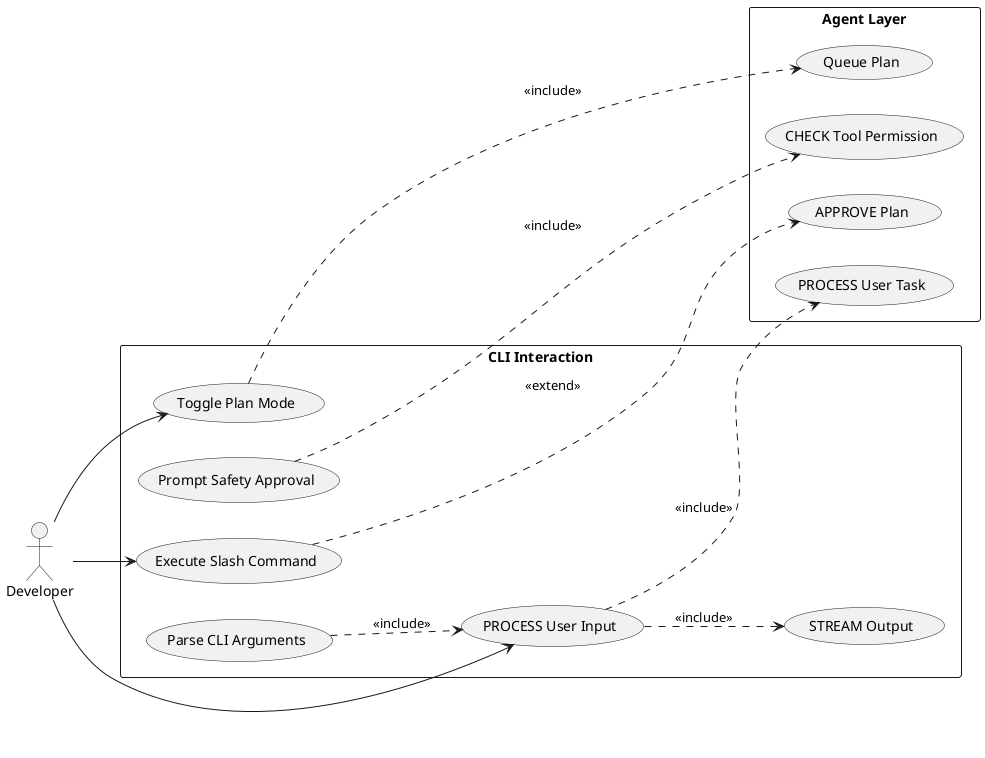
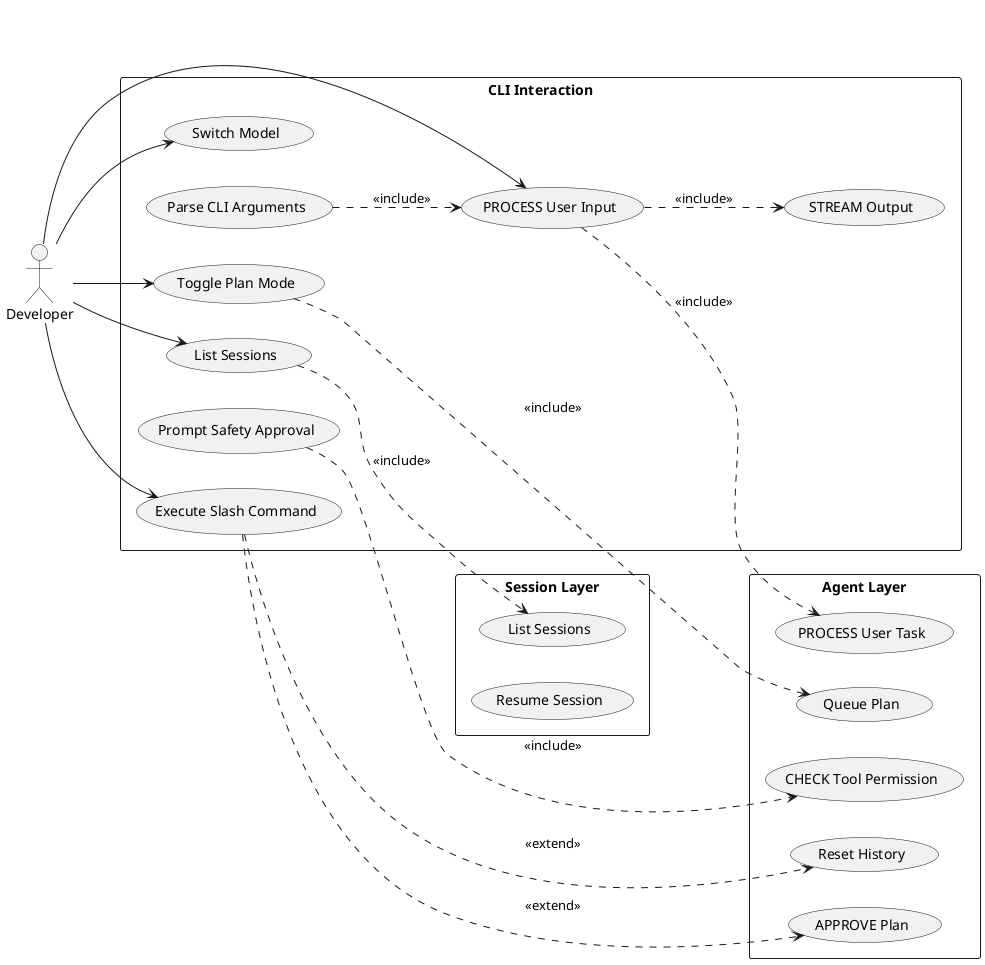
@startuml uc_cli
' ============================================================
' Title:     nasim — UC: CLI Interaction
- ' Boundary:  nasim code agent CLI
+ ' Boundary:  nasim code agent CLI + HTTP API
' Purpose:   User interactions with the CLI layer
' Milestone: v1.0
- ' Version:   2.0.0
- ' Source:    docs/audit/audit_2026-06-20_capability-and-architecture.md
+ ' Version:   3.0.0
+ ' Source:    docs/audit/nasim-car-improvement-plan.md
' Review:    —
' ============================================================

left to right direction
skinparam packageStyle rectangle

actor "Developer" as user

rectangle "CLI Interaction" {
    usecase "PROCESS User Input" as UC_CLI_01
    usecase "Execute Slash Command" as UC_CLI_02
    usecase "STREAM Output" as UC_CLI_03
    usecase "Parse CLI Arguments" as UC_CLI_04
    usecase "Toggle Plan Mode" as UC_CLI_05
    usecase "Prompt Safety Approval" as UC_CLI_06
+     usecase "Switch Model" as UC_CLI_07
+     usecase "List Sessions" as UC_CLI_08
}

rectangle "Agent Layer" {
    usecase "PROCESS User Task" as UC_AGT_01
    usecase "Queue Plan" as UC_AGT_07
    usecase "APPROVE Plan" as UC_AGT_08
    usecase "CHECK Tool Permission" as UC_AGT_05
+     usecase "Reset History" as UC_AGT_04
+ }
+ 
+ rectangle "Session Layer" {
+     usecase "List Sessions" as UC_SSN_03
+     usecase "Resume Session" as UC_SSN_04
}

user --> UC_CLI_01
user --> UC_CLI_02
user --> UC_CLI_05
+ user --> UC_CLI_07
+ user --> UC_CLI_08
UC_CLI_01 ..> UC_CLI_03 : <<include>>
UC_CLI_04 ..> UC_CLI_01 : <<include>>
UC_CLI_01 ..> UC_AGT_01 : <<include>>
UC_CLI_05 ..> UC_AGT_07 : <<include>>
UC_CLI_06 ..> UC_AGT_05 : <<include>>
UC_CLI_02 ..> UC_AGT_08 : <<extend>>
+ UC_CLI_02 ..> UC_AGT_04 : <<extend>>
+ UC_CLI_08 ..> UC_SSN_03 : <<include>>

@enduml
